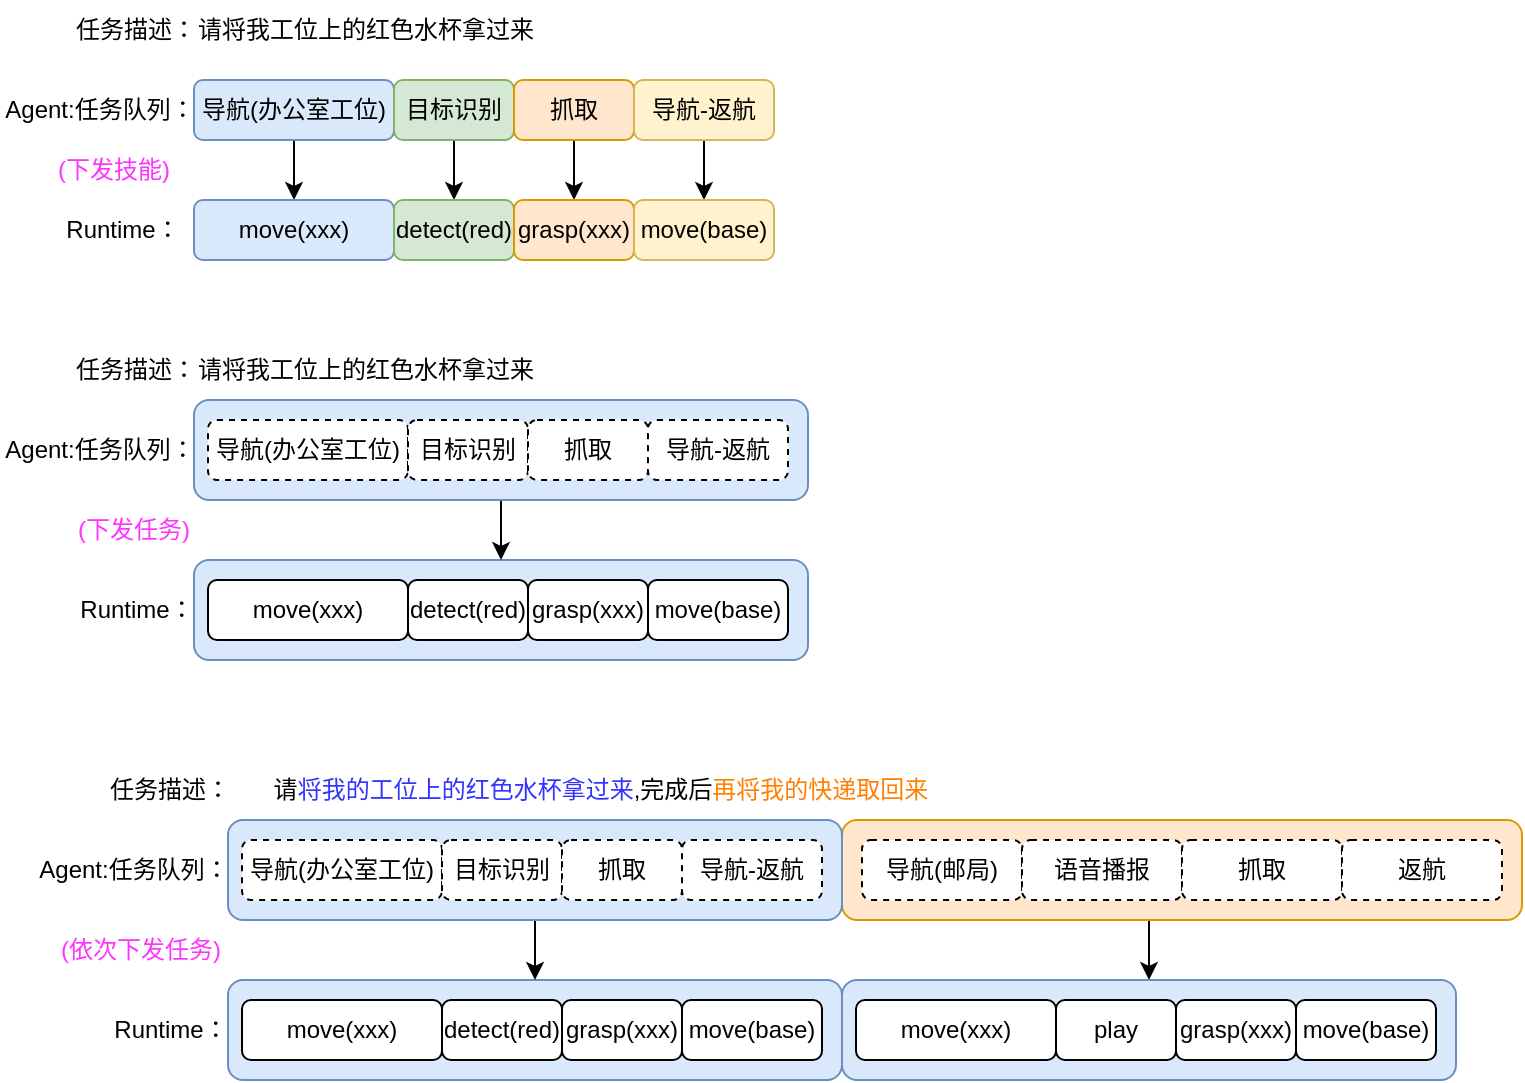
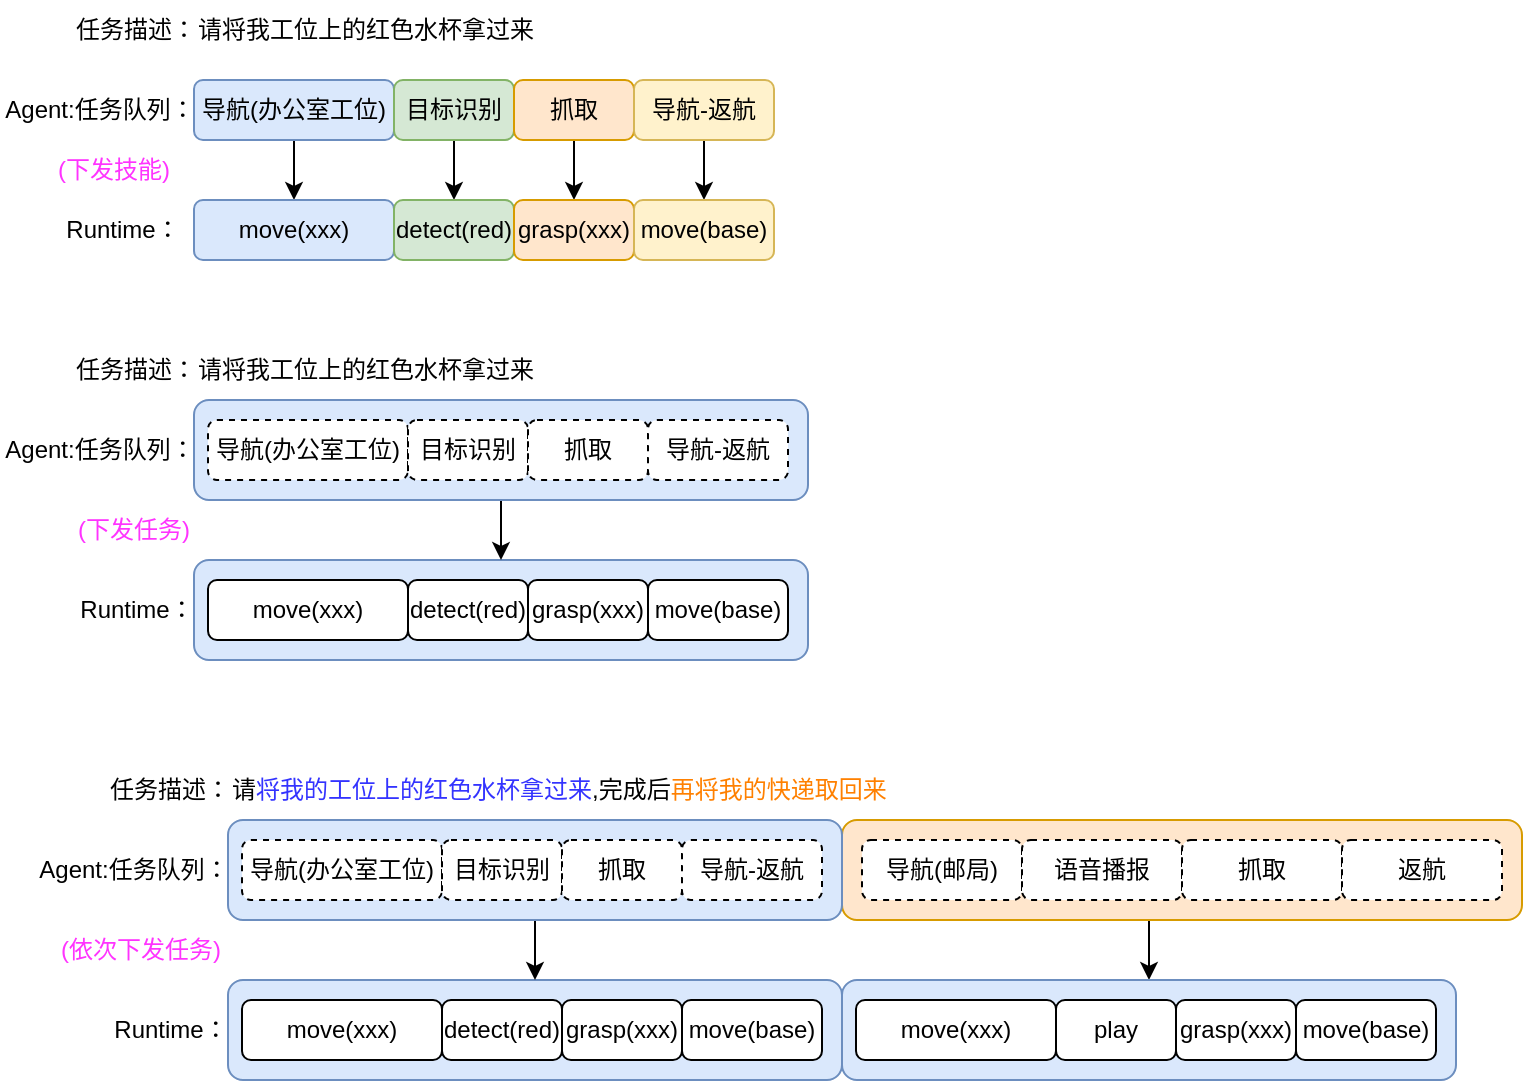
<mxfile host="app.diagrams.net">
  <diagram name="第 1 页" id="AqDmRzZVIJ-5uyctXJOA">
    <mxGraphModel dx="927" dy="527" grid="1" gridSize="10" guides="1" tooltips="1" connect="1" arrows="1" fold="1" page="1" pageScale="1" pageWidth="2339" pageHeight="3300" math="0" shadow="0">
      <root>
        <mxCell id="0" />
        <mxCell id="1" parent="0" />
        <mxCell id="TX6EBbOIm9mCNyf-wsjQ-69" edge="1" parent="1" source="TX6EBbOIm9mCNyf-wsjQ-63" style="edgeStyle=orthogonalEdgeStyle;rounded=0;orthogonalLoop=1;jettySize=auto;html=1;exitX=0.5;exitY=1;exitDx=0;exitDy=0;entryX=0.5;entryY=0;entryDx=0;entryDy=0;" target="TX6EBbOIm9mCNyf-wsjQ-64">
          <mxGeometry relative="1" as="geometry" />
        </mxCell>
        <mxCell id="TX6EBbOIm9mCNyf-wsjQ-63" parent="1" style="rounded=1;whiteSpace=wrap;html=1;fillColor=#ffe6cc;strokeColor=#d79b00;" value="" vertex="1">
          <mxGeometry height="50" width="340" x="444" y="740" as="geometry" />
        </mxCell>
        <mxCell id="TX6EBbOIm9mCNyf-wsjQ-37" parent="1" style="rounded=1;whiteSpace=wrap;html=1;fillColor=#dae8fc;strokeColor=#6c8ebf;" value="" vertex="1">
          <mxGeometry height="50" width="307" x="120" y="610" as="geometry" />
        </mxCell>
        <mxCell id="TX6EBbOIm9mCNyf-wsjQ-38" edge="1" parent="1" source="TX6EBbOIm9mCNyf-wsjQ-36" style="edgeStyle=orthogonalEdgeStyle;rounded=0;orthogonalLoop=1;jettySize=auto;html=1;exitX=0.5;exitY=1;exitDx=0;exitDy=0;entryX=0.5;entryY=0;entryDx=0;entryDy=0;" target="TX6EBbOIm9mCNyf-wsjQ-37">
          <mxGeometry relative="1" as="geometry" />
        </mxCell>
        <mxCell id="TX6EBbOIm9mCNyf-wsjQ-36" parent="1" style="rounded=1;whiteSpace=wrap;html=1;fillColor=#dae8fc;strokeColor=#6c8ebf;" value="" vertex="1">
          <mxGeometry height="50" width="307" x="120" y="530" as="geometry" />
        </mxCell>
        <mxCell id="TX6EBbOIm9mCNyf-wsjQ-15" edge="1" parent="1" source="TX6EBbOIm9mCNyf-wsjQ-1" style="edgeStyle=orthogonalEdgeStyle;rounded=0;orthogonalLoop=1;jettySize=auto;html=1;exitX=0.5;exitY=1;exitDx=0;exitDy=0;entryX=0.5;entryY=0;entryDx=0;entryDy=0;" target="TX6EBbOIm9mCNyf-wsjQ-11">
          <mxGeometry relative="1" as="geometry" />
        </mxCell>
        <mxCell id="TX6EBbOIm9mCNyf-wsjQ-1" parent="1" style="rounded=1;whiteSpace=wrap;html=1;fillColor=#dae8fc;strokeColor=#6c8ebf;" value="导航(办公室工位)" vertex="1">
          <mxGeometry height="30" width="100" x="120" y="370" as="geometry" />
        </mxCell>
        <mxCell id="TX6EBbOIm9mCNyf-wsjQ-2" parent="1" style="text;html=1;whiteSpace=wrap;strokeColor=none;fillColor=none;align=center;verticalAlign=middle;rounded=0;" value="Agent:任务队列：" vertex="1">
          <mxGeometry height="30" width="100" x="23" y="370" as="geometry" />
        </mxCell>
        <mxCell id="TX6EBbOIm9mCNyf-wsjQ-3" parent="1" style="text;html=1;whiteSpace=wrap;strokeColor=none;fillColor=none;align=center;verticalAlign=middle;rounded=0;" value="任务描述：" vertex="1">
          <mxGeometry height="30" width="70" x="56" y="330" as="geometry" />
        </mxCell>
        <mxCell id="TX6EBbOIm9mCNyf-wsjQ-4" parent="1" style="text;html=1;whiteSpace=wrap;strokeColor=none;fillColor=none;align=left;verticalAlign=middle;rounded=0;" value="请将我工位上的红色水杯拿过来" vertex="1">
          <mxGeometry height="30" width="220" x="120" y="330" as="geometry" />
        </mxCell>
        <mxCell id="TX6EBbOIm9mCNyf-wsjQ-16" edge="1" parent="1" source="TX6EBbOIm9mCNyf-wsjQ-5" style="edgeStyle=orthogonalEdgeStyle;rounded=0;orthogonalLoop=1;jettySize=auto;html=1;exitX=0.5;exitY=1;exitDx=0;exitDy=0;entryX=0.5;entryY=0;entryDx=0;entryDy=0;" target="TX6EBbOIm9mCNyf-wsjQ-12">
          <mxGeometry relative="1" as="geometry" />
        </mxCell>
        <mxCell id="TX6EBbOIm9mCNyf-wsjQ-5" parent="1" style="rounded=1;whiteSpace=wrap;html=1;fillColor=#d5e8d4;strokeColor=#82b366;" value="目标识别" vertex="1">
          <mxGeometry height="30" width="60" x="220" y="370" as="geometry" />
        </mxCell>
        <mxCell id="TX6EBbOIm9mCNyf-wsjQ-17" edge="1" parent="1" source="TX6EBbOIm9mCNyf-wsjQ-6" style="edgeStyle=orthogonalEdgeStyle;rounded=0;orthogonalLoop=1;jettySize=auto;html=1;exitX=0.5;exitY=1;exitDx=0;exitDy=0;entryX=0.5;entryY=0;entryDx=0;entryDy=0;" target="TX6EBbOIm9mCNyf-wsjQ-13">
          <mxGeometry relative="1" as="geometry" />
        </mxCell>
        <mxCell id="TX6EBbOIm9mCNyf-wsjQ-6" parent="1" style="rounded=1;whiteSpace=wrap;html=1;fillColor=#ffe6cc;strokeColor=#d79b00;" value="抓取" vertex="1">
          <mxGeometry height="30" width="60" x="280" y="370" as="geometry" />
        </mxCell>
        <mxCell id="TX6EBbOIm9mCNyf-wsjQ-18" edge="1" parent="1" source="TX6EBbOIm9mCNyf-wsjQ-7" style="edgeStyle=orthogonalEdgeStyle;rounded=0;orthogonalLoop=1;jettySize=auto;html=1;exitX=0.5;exitY=1;exitDx=0;exitDy=0;entryX=0.5;entryY=0;entryDx=0;entryDy=0;" target="TX6EBbOIm9mCNyf-wsjQ-14">
          <mxGeometry relative="1" as="geometry" />
        </mxCell>
        <mxCell id="TX6EBbOIm9mCNyf-wsjQ-7" parent="1" style="rounded=1;whiteSpace=wrap;html=1;fillColor=#fff2cc;strokeColor=#d6b656;" value="导航-返航" vertex="1">
          <mxGeometry height="30" width="70" x="340" y="370" as="geometry" />
        </mxCell>
        <mxCell id="TX6EBbOIm9mCNyf-wsjQ-8" parent="1" style="text;html=1;whiteSpace=wrap;strokeColor=none;fillColor=none;align=center;verticalAlign=middle;rounded=0;" value="Runtime：" vertex="1">
          <mxGeometry height="30" width="57" x="56" y="430" as="geometry" />
        </mxCell>
        <mxCell id="TX6EBbOIm9mCNyf-wsjQ-11" parent="1" style="rounded=1;whiteSpace=wrap;html=1;fillColor=#dae8fc;strokeColor=#6c8ebf;" value="move(xxx)" vertex="1">
          <mxGeometry height="30" width="100" x="120" y="430" as="geometry" />
        </mxCell>
        <mxCell id="TX6EBbOIm9mCNyf-wsjQ-12" parent="1" style="rounded=1;whiteSpace=wrap;html=1;fillColor=#d5e8d4;strokeColor=#82b366;" value="detect(red)" vertex="1">
          <mxGeometry height="30" width="60" x="220" y="430" as="geometry" />
        </mxCell>
        <mxCell id="TX6EBbOIm9mCNyf-wsjQ-13" parent="1" style="rounded=1;whiteSpace=wrap;html=1;fillColor=#ffe6cc;strokeColor=#d79b00;" value="grasp(xxx)" vertex="1">
          <mxGeometry height="30" width="60" x="280" y="430" as="geometry" />
        </mxCell>
        <mxCell id="TX6EBbOIm9mCNyf-wsjQ-14" parent="1" style="rounded=1;whiteSpace=wrap;html=1;fillColor=#fff2cc;strokeColor=#d6b656;" value="move(base)" vertex="1">
          <mxGeometry height="30" width="70" x="340" y="430" as="geometry" />
        </mxCell>
        <mxCell id="TX6EBbOIm9mCNyf-wsjQ-19" parent="1" style="text;html=1;whiteSpace=wrap;strokeColor=none;fillColor=none;align=left;verticalAlign=middle;rounded=0;" value="请将我工位上的红色水杯拿过来" vertex="1">
          <mxGeometry height="30" width="220" x="120" y="500" as="geometry" />
        </mxCell>
        <mxCell id="TX6EBbOIm9mCNyf-wsjQ-20" parent="1" style="text;html=1;whiteSpace=wrap;strokeColor=none;fillColor=none;align=center;verticalAlign=middle;rounded=0;" value="任务描述：" vertex="1">
          <mxGeometry height="30" width="70" x="56" y="500" as="geometry" />
        </mxCell>
        <mxCell id="TX6EBbOIm9mCNyf-wsjQ-22" parent="1" style="rounded=1;whiteSpace=wrap;html=1;dashed=1;" value="导航(办公室工位)" vertex="1">
          <mxGeometry height="30" width="100" x="127" y="540" as="geometry" />
        </mxCell>
        <mxCell id="TX6EBbOIm9mCNyf-wsjQ-23" parent="1" style="text;html=1;whiteSpace=wrap;strokeColor=none;fillColor=none;align=center;verticalAlign=middle;rounded=0;" value="Agent:任务队列：" vertex="1">
          <mxGeometry height="30" width="100" x="23" y="540" as="geometry" />
        </mxCell>
        <mxCell id="TX6EBbOIm9mCNyf-wsjQ-25" parent="1" style="rounded=1;whiteSpace=wrap;html=1;dashed=1;" value="目标识别" vertex="1">
          <mxGeometry height="30" width="60" x="227" y="540" as="geometry" />
        </mxCell>
        <mxCell id="TX6EBbOIm9mCNyf-wsjQ-27" parent="1" style="rounded=1;whiteSpace=wrap;html=1;dashed=1;" value="抓取" vertex="1">
          <mxGeometry height="30" width="60" x="287" y="540" as="geometry" />
        </mxCell>
        <mxCell id="TX6EBbOIm9mCNyf-wsjQ-29" parent="1" style="rounded=1;whiteSpace=wrap;html=1;dashed=1;" value="导航-返航" vertex="1">
          <mxGeometry height="30" width="70" x="347" y="540" as="geometry" />
        </mxCell>
        <mxCell id="TX6EBbOIm9mCNyf-wsjQ-30" parent="1" style="text;html=1;whiteSpace=wrap;strokeColor=none;fillColor=none;align=center;verticalAlign=middle;rounded=0;" value="Runtime：" vertex="1">
          <mxGeometry height="30" width="57" x="62.5" y="620" as="geometry" />
        </mxCell>
        <mxCell id="TX6EBbOIm9mCNyf-wsjQ-31" parent="1" style="rounded=1;whiteSpace=wrap;html=1;" value="move(xxx)" vertex="1">
          <mxGeometry height="30" width="100" x="127" y="620" as="geometry" />
        </mxCell>
        <mxCell id="TX6EBbOIm9mCNyf-wsjQ-32" parent="1" style="rounded=1;whiteSpace=wrap;html=1;" value="detect(red)" vertex="1">
          <mxGeometry height="30" width="60" x="227" y="620" as="geometry" />
        </mxCell>
        <mxCell id="TX6EBbOIm9mCNyf-wsjQ-33" parent="1" style="rounded=1;whiteSpace=wrap;html=1;" value="grasp(xxx)" vertex="1">
          <mxGeometry height="30" width="60" x="287" y="620" as="geometry" />
        </mxCell>
        <mxCell id="TX6EBbOIm9mCNyf-wsjQ-34" parent="1" style="rounded=1;whiteSpace=wrap;html=1;" value="move(base)" vertex="1">
          <mxGeometry height="30" width="70" x="347" y="620" as="geometry" />
        </mxCell>
        <mxCell id="TX6EBbOIm9mCNyf-wsjQ-35" parent="1" style="text;html=1;whiteSpace=wrap;strokeColor=none;fillColor=none;align=center;verticalAlign=middle;rounded=0;fontColor=#FF33FF;" value="(下发技能)" vertex="1">
          <mxGeometry height="30" width="60" x="50" y="400" as="geometry" />
        </mxCell>
        <mxCell id="TX6EBbOIm9mCNyf-wsjQ-39" parent="1" style="text;html=1;whiteSpace=wrap;strokeColor=none;fillColor=none;align=center;verticalAlign=middle;rounded=0;fontColor=#FF33FF;" value="(下发任务)" vertex="1">
          <mxGeometry height="30" width="60" x="59.5" y="580" as="geometry" />
        </mxCell>
        <mxCell id="TX6EBbOIm9mCNyf-wsjQ-40" parent="1" style="rounded=1;whiteSpace=wrap;html=1;fillColor=#dae8fc;strokeColor=#6c8ebf;" value="" vertex="1">
          <mxGeometry height="50" width="307" x="137" y="820" as="geometry" />
        </mxCell>
        <mxCell id="TX6EBbOIm9mCNyf-wsjQ-41" edge="1" parent="1" source="TX6EBbOIm9mCNyf-wsjQ-42" style="edgeStyle=orthogonalEdgeStyle;rounded=0;orthogonalLoop=1;jettySize=auto;html=1;exitX=0.5;exitY=1;exitDx=0;exitDy=0;entryX=0.5;entryY=0;entryDx=0;entryDy=0;" target="TX6EBbOIm9mCNyf-wsjQ-40">
          <mxGeometry relative="1" as="geometry" />
        </mxCell>
        <mxCell id="TX6EBbOIm9mCNyf-wsjQ-42" parent="1" style="rounded=1;whiteSpace=wrap;html=1;fillColor=#dae8fc;strokeColor=#6c8ebf;" value="" vertex="1">
          <mxGeometry height="50" width="307" x="137" y="740" as="geometry" />
        </mxCell>
-         <mxCell id="TX6EBbOIm9mCNyf-wsjQ-43" parent="1" style="text;html=1;whiteSpace=wrap;strokeColor=none;fillColor=none;align=center;verticalAlign=middle;rounded=0;" value="请&lt;font style=&quot;color: rgb(51, 51, 255);&quot;&gt;将我的工位上的红色水杯拿过来&lt;/font&gt;,完成后&lt;font style=&quot;color: rgb(255, 128, 0);&quot;&gt;再将我的快递取回来&lt;/font&gt;" vertex="1">
+         <mxCell id="TX6EBbOIm9mCNyf-wsjQ-43" parent="1" style="text;html=1;whiteSpace=wrap;strokeColor=none;fillColor=none;align=left;verticalAlign=middle;rounded=0;" value="请&lt;font style=&quot;color: rgb(51, 51, 255);&quot;&gt;将我的工位上的红色水杯拿过来&lt;/font&gt;,完成后&lt;font style=&quot;color: rgb(255, 128, 0);&quot;&gt;再将我的快递取回来&lt;/font&gt;" vertex="1">
          <mxGeometry height="30" width="373" x="137" y="710" as="geometry" />
        </mxCell>
        <mxCell id="TX6EBbOIm9mCNyf-wsjQ-44" parent="1" style="text;html=1;whiteSpace=wrap;strokeColor=none;fillColor=none;align=center;verticalAlign=middle;rounded=0;" value="任务描述：" vertex="1">
          <mxGeometry height="30" width="70" x="73" y="710" as="geometry" />
        </mxCell>
        <mxCell id="TX6EBbOIm9mCNyf-wsjQ-45" parent="1" style="rounded=1;whiteSpace=wrap;html=1;dashed=1;" value="导航(办公室工位)" vertex="1">
          <mxGeometry height="30" width="100" x="144" y="750" as="geometry" />
        </mxCell>
        <mxCell id="TX6EBbOIm9mCNyf-wsjQ-46" parent="1" style="text;html=1;whiteSpace=wrap;strokeColor=none;fillColor=none;align=center;verticalAlign=middle;rounded=0;" value="Agent:任务队列：" vertex="1">
          <mxGeometry height="30" width="100" x="40" y="750" as="geometry" />
        </mxCell>
        <mxCell id="TX6EBbOIm9mCNyf-wsjQ-47" parent="1" style="rounded=1;whiteSpace=wrap;html=1;dashed=1;" value="目标识别" vertex="1">
          <mxGeometry height="30" width="60" x="244" y="750" as="geometry" />
        </mxCell>
        <mxCell id="TX6EBbOIm9mCNyf-wsjQ-48" parent="1" style="rounded=1;whiteSpace=wrap;html=1;dashed=1;" value="抓取" vertex="1">
          <mxGeometry height="30" width="60" x="304" y="750" as="geometry" />
        </mxCell>
        <mxCell id="TX6EBbOIm9mCNyf-wsjQ-49" parent="1" style="rounded=1;whiteSpace=wrap;html=1;dashed=1;" value="导航-返航" vertex="1">
          <mxGeometry height="30" width="70" x="364" y="750" as="geometry" />
        </mxCell>
        <mxCell id="TX6EBbOIm9mCNyf-wsjQ-50" parent="1" style="text;html=1;whiteSpace=wrap;strokeColor=none;fillColor=none;align=center;verticalAlign=middle;rounded=0;" value="Runtime：" vertex="1">
          <mxGeometry height="30" width="57" x="79.5" y="830" as="geometry" />
        </mxCell>
        <mxCell id="TX6EBbOIm9mCNyf-wsjQ-51" parent="1" style="rounded=1;whiteSpace=wrap;html=1;" value="move(xxx)" vertex="1">
          <mxGeometry height="30" width="100" x="144" y="830" as="geometry" />
        </mxCell>
        <mxCell id="TX6EBbOIm9mCNyf-wsjQ-52" parent="1" style="rounded=1;whiteSpace=wrap;html=1;" value="detect(red)" vertex="1">
          <mxGeometry height="30" width="60" x="244" y="830" as="geometry" />
        </mxCell>
        <mxCell id="TX6EBbOIm9mCNyf-wsjQ-53" parent="1" style="rounded=1;whiteSpace=wrap;html=1;" value="grasp(xxx)" vertex="1">
          <mxGeometry height="30" width="60" x="304" y="830" as="geometry" />
        </mxCell>
        <mxCell id="TX6EBbOIm9mCNyf-wsjQ-54" parent="1" style="rounded=1;whiteSpace=wrap;html=1;" value="move(base)" vertex="1">
          <mxGeometry height="30" width="70" x="364" y="830" as="geometry" />
        </mxCell>
        <mxCell id="TX6EBbOIm9mCNyf-wsjQ-55" parent="1" style="text;html=1;whiteSpace=wrap;strokeColor=none;fillColor=none;align=center;verticalAlign=middle;rounded=0;fontColor=#FF33FF;" value="(依次下发任务)" vertex="1">
          <mxGeometry height="30" width="86.5" x="50" y="790" as="geometry" />
        </mxCell>
        <mxCell id="TX6EBbOIm9mCNyf-wsjQ-56" parent="1" style="rounded=1;whiteSpace=wrap;html=1;dashed=1;" value="导航(邮局)" vertex="1">
          <mxGeometry height="30" width="80" x="454" y="750" as="geometry" />
        </mxCell>
        <mxCell id="TX6EBbOIm9mCNyf-wsjQ-60" parent="1" style="rounded=1;whiteSpace=wrap;html=1;dashed=1;" value="语音播报" vertex="1">
          <mxGeometry height="30" width="80" x="534" y="750" as="geometry" />
        </mxCell>
        <mxCell id="TX6EBbOIm9mCNyf-wsjQ-61" parent="1" style="rounded=1;whiteSpace=wrap;html=1;dashed=1;" value="抓取" vertex="1">
          <mxGeometry height="30" width="80" x="614" y="750" as="geometry" />
        </mxCell>
        <mxCell id="TX6EBbOIm9mCNyf-wsjQ-62" parent="1" style="rounded=1;whiteSpace=wrap;html=1;dashed=1;" value="返航" vertex="1">
          <mxGeometry height="30" width="80" x="694" y="750" as="geometry" />
        </mxCell>
        <mxCell id="TX6EBbOIm9mCNyf-wsjQ-64" parent="1" style="rounded=1;whiteSpace=wrap;html=1;fillColor=#dae8fc;strokeColor=#6c8ebf;" value="" vertex="1">
          <mxGeometry height="50" width="307" x="444" y="820" as="geometry" />
        </mxCell>
        <mxCell id="TX6EBbOIm9mCNyf-wsjQ-65" parent="1" style="rounded=1;whiteSpace=wrap;html=1;" value="move(xxx)" vertex="1">
          <mxGeometry height="30" width="100" x="451" y="830" as="geometry" />
        </mxCell>
        <mxCell id="TX6EBbOIm9mCNyf-wsjQ-66" parent="1" style="rounded=1;whiteSpace=wrap;html=1;" value="play" vertex="1">
          <mxGeometry height="30" width="60" x="551" y="830" as="geometry" />
        </mxCell>
        <mxCell id="TX6EBbOIm9mCNyf-wsjQ-67" parent="1" style="rounded=1;whiteSpace=wrap;html=1;" value="grasp(xxx)" vertex="1">
          <mxGeometry height="30" width="60" x="611" y="830" as="geometry" />
        </mxCell>
        <mxCell id="TX6EBbOIm9mCNyf-wsjQ-68" parent="1" style="rounded=1;whiteSpace=wrap;html=1;" value="move(base)" vertex="1">
          <mxGeometry height="30" width="70" x="671" y="830" as="geometry" />
        </mxCell>
      </root>
    </mxGraphModel>
  </diagram>
</mxfile>
